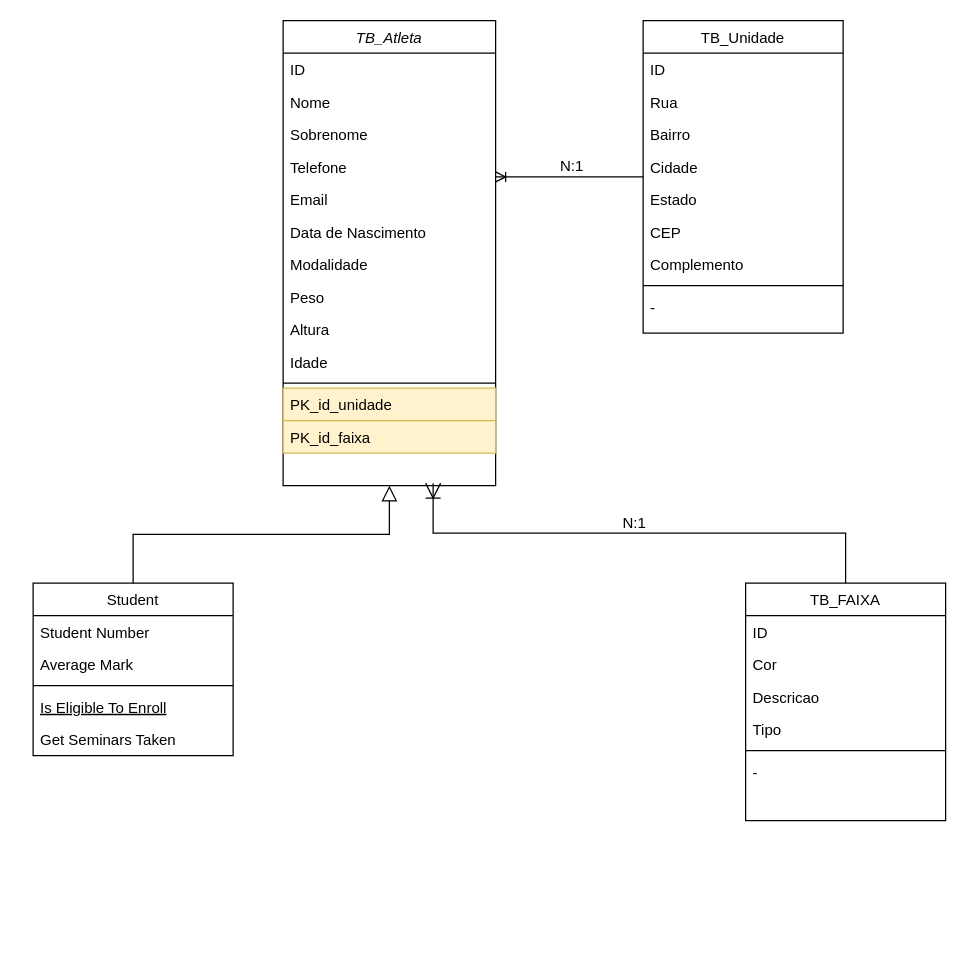
This is Diagrama sem nome.drawio from HttpsWinicius/backend-brabojiujitsu, a draw.io file, before an edit. Source tidied: cells renumbered, new cells numbered last; positions are measured from the earlier drawing's top-left corner, leaving out a move shared by most shapes. Both pictures are drawn from the tidied source at 125%, with x=0, y=0 at pixel (32, 20).
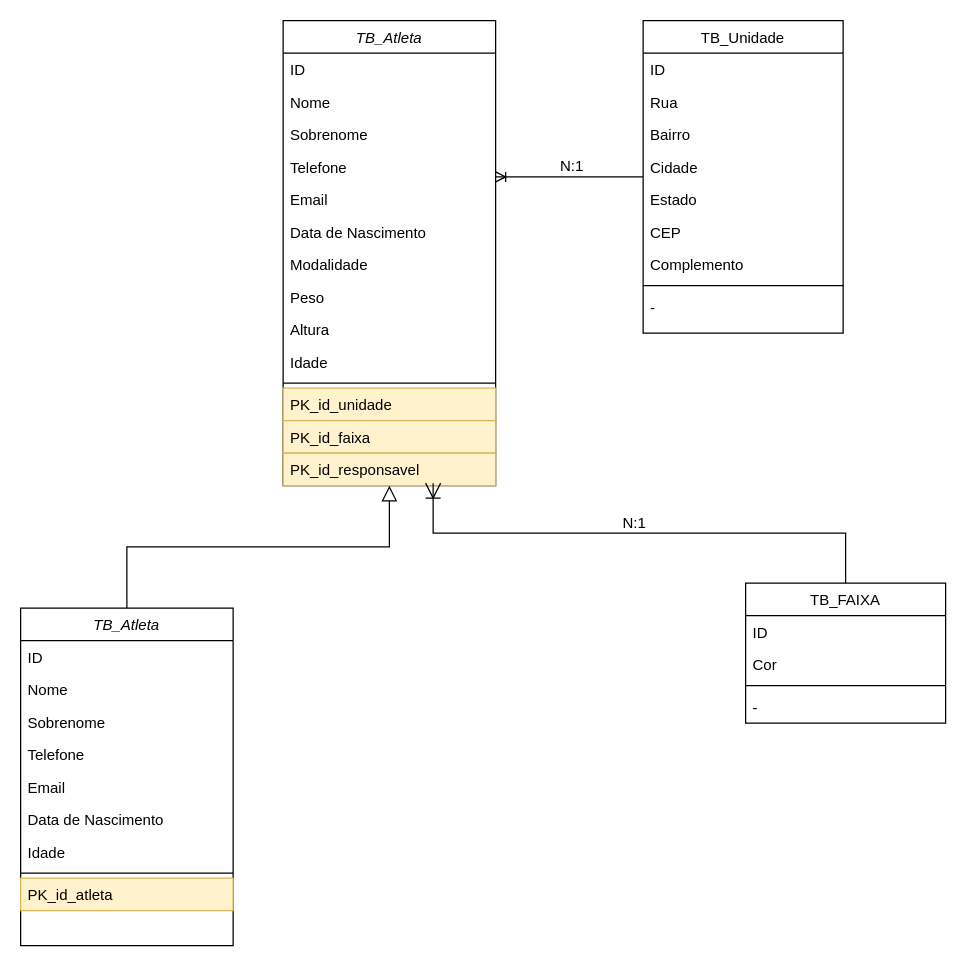
After the change.

The change refers to these unchanged cells:
```xml
<mxCell id="2" value="TB_Atleta" style="swimlane;fontStyle=2;align=center;verticalAlign=top;horizontal=1;startSize=26;rounded=0;shadow=0;strokeWidth=1;" parent="1" vertex="1">
  <mxGeometry x="200" width="170" height="372" as="geometry" />
</mxCell>
```

Diff of the diagram source:
```diff
@@
-    <mxCell id="16" value="Student" style="swimlane;fontStyle=0;align=center;verticalAlign=top;horizontal=1;startSize=26;rounded=0;shadow=0;strokeWidth=1;" parent="1" vertex="1">
-      <mxGeometry y="450" width="160" height="138" as="geometry" />
-    </mxCell>
-    <mxCell id="17" value="Student Number" style="text;align=left;verticalAlign=top;spacingLeft=4;spacingRight=4;overflow=hidden;" parent="16" vertex="1">
-      <mxGeometry y="26" width="160" height="26" as="geometry" />
-    </mxCell>
-    <mxCell id="18" value="Average Mark" style="text;align=left;verticalAlign=top;spacingLeft=4;spacingRight=4;overflow=hidden;rounded=0;shadow=0;html=0;" parent="16" vertex="1">
-      <mxGeometry y="52" width="160" height="26" as="geometry" />
-    </mxCell>
-    <mxCell id="19" style="line;html=1;strokeWidth=1;align=left;verticalAlign=middle;spacingTop=-1;spacingLeft=3;spacingRight=3;labelPosition=right;" parent="16" vertex="1">
-      <mxGeometry y="78" width="160" height="8" as="geometry" />
-    </mxCell>
-    <mxCell id="20" value="Is Eligible To Enroll" style="text;align=left;verticalAlign=top;spacingLeft=4;spacingRight=4;overflow=hidden;fontStyle=4;" parent="16" vertex="1">
-      <mxGeometry y="86" width="160" height="26" as="geometry" />
-    </mxCell>
-    <mxCell id="21" value="Get Seminars Taken" style="text;align=left;verticalAlign=top;spacingLeft=4;spacingRight=4;overflow=hidden;" parent="16" vertex="1">
-      <mxGeometry y="112" width="160" height="26" as="geometry" />
-    </mxCell>
+    <mxCell id="44" value="PK_id_responsavel" style="text;align=left;verticalAlign=top;spacingLeft=4;spacingRight=4;overflow=hidden;rounded=0;shadow=0;html=0;fillColor=#fff2cc;strokeColor=#d6b656;" parent="2" vertex="1">
+      <mxGeometry y="346" width="170" height="26" as="geometry" />
+    </mxCell>
-    <mxCell id="22" style="endArrow=block;endSize=10;endFill=0;shadow=0;strokeWidth=1;rounded=0;edgeStyle=elbowEdgeStyle;elbow=vertical;" parent="1" edge="1" source="16" target="2">
+    <mxCell id="22" style="endArrow=block;endSize=10;endFill=0;shadow=0;strokeWidth=1;rounded=0;edgeStyle=elbowEdgeStyle;elbow=vertical;exitX=0.5;exitY=0;exitDx=0;exitDy=0;" parent="1" edge="1" source="45" target="2">
       <mxGeometry relative="1" as="geometry" />
     </mxCell>
     <mxCell id="23" value="TB_FAIXA" style="swimlane;fontStyle=0;align=center;verticalAlign=top;horizontal=1;startSize=26;rounded=0;shadow=0;strokeWidth=1;" parent="1" vertex="1">
-      <mxGeometry x="570" y="450" width="160" height="190" as="geometry" />
+      <mxGeometry x="570" y="450" width="160" height="112" as="geometry" />
     </mxCell>
@@
-    <mxCell id="26" value="Descricao" style="text;align=left;verticalAlign=top;spacingLeft=4;spacingRight=4;overflow=hidden;" parent="23" vertex="1">
-      <mxGeometry y="78" width="160" height="26" as="geometry" />
-    </mxCell>
-    <mxCell id="27" value="Tipo" style="text;align=left;verticalAlign=top;spacingLeft=4;spacingRight=4;overflow=hidden;" parent="23" vertex="1">
-      <mxGeometry y="104" width="160" height="26" as="geometry" />
-    </mxCell>
     <mxCell id="28" style="line;html=1;strokeWidth=1;align=left;verticalAlign=middle;spacingTop=-1;spacingLeft=3;spacingRight=3;labelPosition=right;" parent="23" vertex="1">
-      <mxGeometry y="130" width="160" height="8" as="geometry" />
+      <mxGeometry y="78" width="160" height="8" as="geometry" />
     </mxCell>
     <mxCell id="29" value="-" style="text;align=left;verticalAlign=top;spacingLeft=4;spacingRight=4;overflow=hidden;" parent="23" vertex="1">
-      <mxGeometry y="138" width="160" height="26" as="geometry" />
+      <mxGeometry y="86" width="160" height="26" as="geometry" />
     </mxCell>
@@
+    <mxCell id="45" value="TB_Atleta" style="swimlane;fontStyle=2;align=center;verticalAlign=top;horizontal=1;startSize=26;rounded=0;shadow=0;strokeWidth=1;" parent="1" vertex="1">
+      <mxGeometry x="-10" y="470" width="170" height="270" as="geometry" />
+    </mxCell>
+    <mxCell id="46" value="ID" style="text;align=left;verticalAlign=top;spacingLeft=4;spacingRight=4;overflow=hidden;" parent="45" vertex="1">
+      <mxGeometry y="26" width="170" height="26" as="geometry" />
+    </mxCell>
+    <mxCell id="47" value="Nome" style="text;align=left;verticalAlign=top;spacingLeft=4;spacingRight=4;overflow=hidden;rounded=0;shadow=0;html=0;" parent="45" vertex="1">
+      <mxGeometry y="52" width="170" height="26" as="geometry" />
+    </mxCell>
+    <mxCell id="48" value="Sobrenome" style="text;align=left;verticalAlign=top;spacingLeft=4;spacingRight=4;overflow=hidden;rounded=0;shadow=0;html=0;" parent="45" vertex="1">
+      <mxGeometry y="78" width="170" height="26" as="geometry" />
+    </mxCell>
+    <mxCell id="49" value="Telefone" style="text;align=left;verticalAlign=top;spacingLeft=4;spacingRight=4;overflow=hidden;" parent="45" vertex="1">
+      <mxGeometry y="104" width="170" height="26" as="geometry" />
+    </mxCell>
+    <mxCell id="50" value="Email" style="text;align=left;verticalAlign=top;spacingLeft=4;spacingRight=4;overflow=hidden;" parent="45" vertex="1">
+      <mxGeometry y="130" width="170" height="26" as="geometry" />
+    </mxCell>
+    <mxCell id="51" value="Data de Nascimento" style="text;align=left;verticalAlign=top;spacingLeft=4;spacingRight=4;overflow=hidden;" parent="45" vertex="1">
+      <mxGeometry y="156" width="170" height="26" as="geometry" />
+    </mxCell>
+    <mxCell id="52" value="Idade" style="text;align=left;verticalAlign=top;spacingLeft=4;spacingRight=4;overflow=hidden;" parent="45" vertex="1">
+      <mxGeometry y="182" width="170" height="26" as="geometry" />
+    </mxCell>
+    <mxCell id="53" style="line;html=1;strokeWidth=1;align=left;verticalAlign=middle;spacingTop=-1;spacingLeft=3;spacingRight=3;labelPosition=right;" parent="45" vertex="1">
+      <mxGeometry y="208" width="170" height="8" as="geometry" />
+    </mxCell>
+    <mxCell id="54" value="PK_id_atleta" style="text;align=left;verticalAlign=top;spacingLeft=4;spacingRight=4;overflow=hidden;rounded=0;shadow=0;html=0;fillColor=#fff2cc;strokeColor=#d6b656;" parent="45" vertex="1">
+      <mxGeometry y="216" width="170" height="26" as="geometry" />
+    </mxCell>
```
